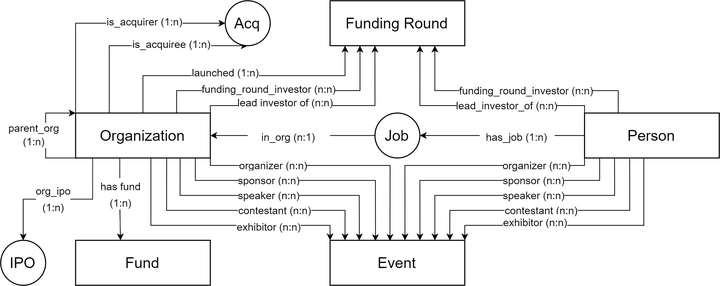
SilvesterYu/FinQA_Vis keeps this draw.io diagram as edited_graph_vis.drawio.png. Above is the earlier version. Source tidied: cells renumbered, new cells last; positions are measured from the earlier drawing's top-left corner, leaving out a move shared by most shapes.
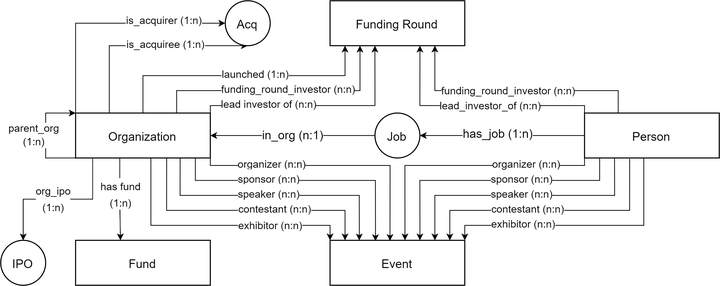
After the change.

Change to the diagram source:
```diff
@@ -2,25 +2,18 @@
   <root>
     <mxCell id="0" />
     <mxCell id="1" parent="0" />
-    <mxCell id="2" style="endArrow=classic;html=1;rounded=0;exitX=0;exitY=0.5;exitDx=0;exitDy=0;entryX=1;entryY=0.5;entryDx=0;entryDy=0;startArrow=none;endSize=3;strokeWidth=0.5;" parent="1" edge="1" source="3" target="35">
-      <mxGeometry relative="1" as="geometry" />
-    </mxCell>
+    <mxCell id="5" value="&lt;font style=&quot;font-size: 8px;&quot;&gt;Funding Round&lt;/font&gt;" style="rounded=0;whiteSpace=wrap;html=1;strokeWidth=0.7;" parent="1" vertex="1">
+      <mxGeometry x="220" width="90" height="30" as="geometry" />
+    </mxCell>
+    <mxCell id="56" style="edgeStyle=orthogonalEdgeStyle;rounded=0;jettySize=auto;html=1;exitX=0;exitY=0.5;exitDx=0;exitDy=0;entryX=1;entryY=0.5;entryDx=0;entryDy=0;fontSize=8;endSize=3;strokeWidth=0.5;" parent="1" edge="1" source="8" target="35">
+      <mxGeometry relative="1" as="geometry" />
+    </mxCell>
-    <mxCell id="3" value="&lt;font style=&quot;&quot;&gt;&lt;font style=&quot;font-size: 7px;&quot;&gt;in_org (n:1)&lt;/font&gt;&lt;br&gt;&lt;/font&gt;" style="text;html=1;strokeColor=none;fillColor=none;align=center;verticalAlign=middle;whiteSpace=wrap;rounded=0;shadow=1;strokeWidth=0.5;" parent="1" vertex="1">
-      <mxGeometry x="165" y="80" width="55" height="20" as="geometry" />
+    <mxCell id="3" value="in_org (n:1)" style="edgeLabel;html=1;align=center;verticalAlign=middle;points=[];fontSize=8;" parent="56" vertex="1">
+      <mxGeometry x="0.25" relative="1" as="geometry">
+        <mxPoint x="14" as="offset" />
+      </mxGeometry>
     </mxCell>
-    <mxCell id="4" style="endArrow=none;html=1;rounded=0;exitX=0;exitY=0.5;exitDx=0;exitDy=0;entryX=1;entryY=0.5;entryDx=0;entryDy=0;endSize=3;strokeWidth=0.5;" parent="1" edge="1" source="8" target="3">
-      <mxGeometry relative="1" as="geometry" />
-    </mxCell>
-    <mxCell id="5" value="&lt;font style=&quot;font-size: 10px;&quot;&gt;Funding Round&lt;/font&gt;" style="rounded=0;whiteSpace=wrap;html=1;strokeWidth=0.7;" parent="1" vertex="1">
-      <mxGeometry x="220" width="90" height="30" as="geometry" />
-    </mxCell>
-    <mxCell id="6" style="edgeStyle=orthogonalEdgeStyle;rounded=0;jettySize=auto;html=1;exitX=0;exitY=0.5;exitDx=0;exitDy=0;entryX=1;entryY=0.5;entryDx=0;entryDy=0;startArrow=none;strokeWidth=0.5;endSize=3;" parent="1" edge="1" source="36" target="8">
-      <mxGeometry relative="1" as="geometry" />
-    </mxCell>
-    <mxCell id="7" style="edgeStyle=orthogonalEdgeStyle;rounded=0;jettySize=auto;html=1;exitX=0;exitY=0.5;exitDx=0;exitDy=0;entryX=1;entryY=0.5;entryDx=0;entryDy=0;endArrow=none;strokeWidth=0.51;" parent="1" edge="1" source="52" target="36">
-      <mxGeometry relative="1" as="geometry" />
-    </mxCell>
-    <mxCell id="8" value="&lt;font style=&quot;font-size: 10px;&quot;&gt;Job&lt;/font&gt;" style="ellipse;whiteSpace=wrap;html=1;strokeWidth=0.7;" parent="1" vertex="1">
+    <mxCell id="8" value="&lt;font style=&quot;font-size: 8px;&quot;&gt;Job&lt;/font&gt;" style="ellipse;whiteSpace=wrap;html=1;strokeWidth=0.7;" parent="1" vertex="1">
       <mxGeometry x="250" y="75" width="30" height="30" as="geometry" />
     </mxCell>
     <mxCell id="9" style="edgeStyle=orthogonalEdgeStyle;rounded=0;jettySize=auto;html=1;exitX=1;exitY=0;exitDx=0;exitDy=0;entryX=0.333;entryY=1;entryDx=0;entryDy=0;entryPerimeter=0;endSize=3;strokeWidth=0.5;" parent="1" edge="1" source="35" target="5">
@@ -33,7 +26,7 @@
     </mxCell>
     <mxCell id="10" value="&lt;font style=&quot;font-size: 7px;&quot;&gt;lead investor of (n:n)&lt;/font&gt;" style="edgeLabel;html=1;align=center;verticalAlign=middle;fontSize=9;" parent="9" vertex="1">
       <mxGeometry x="-0.48" y="2" relative="1" as="geometry">
-        <mxPoint x="14" as="offset" />
+        <mxPoint x="3" y="1" as="offset" />
       </mxGeometry>
     </mxCell>
     <mxCell id="11" style="edgeStyle=orthogonalEdgeStyle;rounded=0;jettySize=auto;html=1;exitX=0.75;exitY=0;exitDx=0;exitDy=0;entryX=0.222;entryY=1;entryDx=0;entryDy=0;entryPerimeter=0;strokeWidth=0.5;endSize=3;" parent="1" edge="1" source="35" target="5">
@@ -46,7 +39,7 @@
     </mxCell>
     <mxCell id="12" value="&lt;font style=&quot;font-size: 7px;&quot;&gt;funding_round_investor (n:n)&lt;/font&gt;" style="edgeLabel;html=1;align=center;verticalAlign=middle;fontSize=8;" parent="11" vertex="1">
       <mxGeometry x="-0.52" y="2" relative="1" as="geometry">
-        <mxPoint x="36" y="1" as="offset" />
+        <mxPoint x="49" y="1" as="offset" />
       </mxGeometry>
     </mxCell>
     <mxCell id="13" style="edgeStyle=orthogonalEdgeStyle;rounded=0;jettySize=auto;html=1;exitX=0.5;exitY=0;exitDx=0;exitDy=0;entryX=0.111;entryY=1;entryDx=0;entryDy=0;entryPerimeter=0;endSize=3;strokeWidth=0.5;" parent="1" edge="1" source="35" target="5">
@@ -59,7 +52,7 @@
     </mxCell>
     <mxCell id="14" value="&lt;font style=&quot;font-size: 7px;&quot;&gt;launched (1:n)&lt;/font&gt;" style="edgeLabel;html=1;align=center;verticalAlign=middle;fontSize=8;" parent="13" vertex="1">
       <mxGeometry x="-0.26" y="2" relative="1" as="geometry">
-        <mxPoint x="13" as="offset" />
+        <mxPoint x="34" y="1" as="offset" />
       </mxGeometry>
     </mxCell>
     <mxCell id="15" style="edgeStyle=orthogonalEdgeStyle;rounded=0;jettySize=auto;html=1;exitX=1;exitY=1;exitDx=0;exitDy=0;entryX=0.445;entryY=0.012;entryDx=0;entryDy=0;entryPerimeter=0;strokeWidth=0.5;endSize=3;" parent="1" edge="1" source="35" target="53">
@@ -72,7 +65,7 @@
     </mxCell>
     <mxCell id="16" value="&lt;font style=&quot;font-size: 7px;&quot;&gt;organizer (n:n)&lt;/font&gt;" style="edgeLabel;html=1;align=center;verticalAlign=middle;fontSize=10;" parent="15" vertex="1">
       <mxGeometry x="-0.42" y="1" relative="1" as="geometry">
-        <mxPoint x="-5" as="offset" />
+        <mxPoint x="-5" y="-1" as="offset" />
       </mxGeometry>
     </mxCell>
     <mxCell id="17" style="edgeStyle=orthogonalEdgeStyle;rounded=0;jettySize=auto;html=1;exitX=0.889;exitY=1.001;exitDx=0;exitDy=0;entryX=0.337;entryY=0.017;entryDx=0;entryDy=0;entryPerimeter=0;exitPerimeter=0;strokeWidth=0.5;endSize=3;" parent="1" edge="1" source="35" target="53">
@@ -85,7 +78,7 @@
     </mxCell>
     <mxCell id="18" value="&lt;font style=&quot;font-size: 7px;&quot;&gt;sponsor (n:n)&lt;/font&gt;" style="edgeLabel;html=1;align=center;verticalAlign=middle;fontSize=10;" parent="17" vertex="1">
       <mxGeometry x="-0.6" y="1" relative="1" as="geometry">
-        <mxPoint x="28" as="offset" />
+        <mxPoint x="28" y="-1" as="offset" />
       </mxGeometry>
     </mxCell>
     <mxCell id="19" style="edgeStyle=orthogonalEdgeStyle;rounded=0;jettySize=auto;html=1;exitX=0.776;exitY=1.002;exitDx=0;exitDy=0;fontSize=10;exitPerimeter=0;entryX=0.217;entryY=0.002;entryDx=0;entryDy=0;entryPerimeter=0;strokeWidth=0.5;endSize=3;" parent="1" edge="1" source="35" target="53">
@@ -98,7 +91,7 @@
     </mxCell>
     <mxCell id="20" value="&lt;font style=&quot;font-size: 7px;&quot;&gt;speaker (n:n)&lt;/font&gt;" style="edgeLabel;html=1;align=center;verticalAlign=middle;fontSize=10;" parent="19" vertex="1">
       <mxGeometry x="-0.18" y="1" relative="1" as="geometry">
-        <mxPoint x="13" as="offset" />
+        <mxPoint x="13" y="-1" as="offset" />
       </mxGeometry>
     </mxCell>
     <mxCell id="21" style="edgeStyle=orthogonalEdgeStyle;rounded=0;jettySize=auto;html=1;exitX=0.559;exitY=1.007;exitDx=0;exitDy=0;entryX=0;entryY=0;entryDx=0;entryDy=0;fontSize=10;exitPerimeter=0;strokeWidth=0.5;endSize=3;" parent="1" edge="1" source="35" target="53">
@@ -111,7 +104,7 @@
     </mxCell>
     <mxCell id="22" value="&lt;font style=&quot;font-size: 7px;&quot;&gt;exhibitor (n:n)&lt;/font&gt;" style="edgeLabel;html=1;align=center;verticalAlign=middle;fontSize=10;" parent="21" vertex="1">
       <mxGeometry x="0.33" y="1" relative="1" as="geometry">
-        <mxPoint x="7" y="1" as="offset" />
+        <mxPoint x="8" as="offset" />
       </mxGeometry>
     </mxCell>
     <mxCell id="23" style="edgeStyle=orthogonalEdgeStyle;rounded=0;jettySize=auto;html=1;exitX=0.676;exitY=0.993;exitDx=0;exitDy=0;entryX=0.111;entryY=0;entryDx=0;entryDy=0;entryPerimeter=0;fontSize=9;exitPerimeter=0;strokeWidth=0.5;endSize=3;" parent="1" edge="1" source="35" target="53">
@@ -124,7 +117,7 @@
     </mxCell>
     <mxCell id="24" value="&lt;font style=&quot;font-size: 7px;&quot;&gt;contestant (n:n)&lt;/font&gt;" style="edgeLabel;html=1;align=center;verticalAlign=middle;fontSize=9;" parent="23" vertex="1">
       <mxGeometry x="-0.09" relative="1" as="geometry">
-        <mxPoint x="28" as="offset" />
+        <mxPoint x="28" y="-1" as="offset" />
       </mxGeometry>
     </mxCell>
     <mxCell id="25" style="edgeStyle=orthogonalEdgeStyle;rounded=0;jettySize=auto;html=1;exitX=0.328;exitY=1.007;exitDx=0;exitDy=0;entryX=0.333;entryY=0;entryDx=0;entryDy=0;entryPerimeter=0;fontSize=9;exitPerimeter=0;strokeWidth=0.51;endSize=3;" parent="1" edge="1" source="35" target="37">
@@ -150,7 +143,7 @@
     </mxCell>
     <mxCell id="30" value="is_acquiree (1:n)" style="edgeLabel;html=1;align=center;verticalAlign=middle;fontSize=7;" parent="29" vertex="1">
       <mxGeometry x="-0.08" y="2" relative="1" as="geometry">
-        <mxPoint x="23" y="2" as="offset" />
+        <mxPoint x="19" y="2" as="offset" />
       </mxGeometry>
     </mxCell>
     <mxCell id="31" style="edgeStyle=orthogonalEdgeStyle;rounded=0;jettySize=auto;html=1;exitX=0;exitY=0;exitDx=0;exitDy=0;entryX=0;entryY=0.5;entryDx=0;entryDy=0;fontSize=9;endSize=3;strokeWidth=0.5;" parent="1" edge="1" source="35" target="54">
@@ -158,7 +151,7 @@
     </mxCell>
     <mxCell id="32" value="is_acquirer (1:n)" style="edgeLabel;html=1;align=center;verticalAlign=middle;fontSize=7;" parent="31" vertex="1">
       <mxGeometry x="0.09" y="3" relative="1" as="geometry">
-        <mxPoint x="18" y="3" as="offset" />
+        <mxPoint x="31" y="2" as="offset" />
       </mxGeometry>
     </mxCell>
     <mxCell id="33" style="edgeStyle=orthogonalEdgeStyle;rounded=0;orthogonalLoop=1;jettySize=auto;html=1;exitX=0;exitY=1;exitDx=0;exitDy=0;fontSize=9;entryX=0;entryY=0;entryDx=0;entryDy=0;endSize=3;strokeWidth=0.5;" parent="1" edge="1" source="35" target="35">
@@ -174,13 +167,10 @@
         <mxPoint x="-9" y="-5" as="offset" />
       </mxGeometry>
     </mxCell>
-    <mxCell id="35" value="Organization" style="rounded=0;whiteSpace=wrap;html=1;fontSize=10;strokeWidth=0.7;" parent="1" vertex="1">
+    <mxCell id="35" value="&lt;font style=&quot;font-size: 8px;&quot;&gt;Organization&lt;/font&gt;" style="rounded=0;whiteSpace=wrap;html=1;fontSize=10;strokeWidth=0.7;" parent="1" vertex="1">
       <mxGeometry x="50" y="75" width="90" height="30" as="geometry" />
     </mxCell>
-    <mxCell id="36" value="&lt;font style=&quot;&quot;&gt;&lt;font style=&quot;font-size: 7px;&quot;&gt;has_job (1:n)&lt;/font&gt;&lt;br&gt;&lt;/font&gt;" style="text;html=1;strokeColor=none;fillColor=none;align=center;verticalAlign=middle;whiteSpace=wrap;rounded=0;" parent="1" vertex="1">
-      <mxGeometry x="320" y="75" width="50" height="30" as="geometry" />
-    </mxCell>
-    <mxCell id="37" value="&lt;font style=&quot;font-size: 10px;&quot;&gt;Fund&lt;/font&gt;" style="rounded=0;whiteSpace=wrap;html=1;strokeWidth=0.7;" parent="1" vertex="1">
+    <mxCell id="37" value="&lt;font style=&quot;font-size: 8px;&quot;&gt;Fund&lt;/font&gt;" style="rounded=0;whiteSpace=wrap;html=1;strokeWidth=0.7;" parent="1" vertex="1">
       <mxGeometry x="50" y="160" width="90" height="30" as="geometry" />
     </mxCell>
     <mxCell id="38" style="edgeStyle=orthogonalEdgeStyle;rounded=0;jettySize=auto;html=1;exitX=0;exitY=0;exitDx=0;exitDy=0;entryX=0.667;entryY=1;entryDx=0;entryDy=0;entryPerimeter=0;strokeWidth=0.5;endSize=3;" parent="1" edge="1" source="52" target="5">
@@ -193,7 +183,7 @@
     </mxCell>
     <mxCell id="39" value="&lt;font style=&quot;font-size: 7px;&quot;&gt;lead_investor_of (n:n)&lt;/font&gt;" style="edgeLabel;html=1;align=center;verticalAlign=middle;fontSize=10;" parent="38" vertex="1">
       <mxGeometry x="-0.09" relative="1" as="geometry">
-        <mxPoint x="13" y="-1" as="offset" />
+        <mxPoint x="2" y="-1" as="offset" />
       </mxGeometry>
     </mxCell>
     <mxCell id="40" style="edgeStyle=orthogonalEdgeStyle;rounded=0;jettySize=auto;html=1;exitX=0.25;exitY=0;exitDx=0;exitDy=0;entryX=0.778;entryY=1;entryDx=0;entryDy=0;entryPerimeter=0;strokeWidth=0.5;endSize=3;" parent="1" edge="1" source="52" target="5">
@@ -206,7 +196,7 @@
     </mxCell>
     <mxCell id="41" value="&lt;font style=&quot;font-size: 7px;&quot;&gt;funding_round_investor (n:n)&lt;/font&gt;" style="edgeLabel;html=1;align=center;verticalAlign=middle;fontSize=10;" parent="40" vertex="1">
       <mxGeometry x="-0.39" y="-1" relative="1" as="geometry">
-        <mxPoint x="-26" as="offset" />
+        <mxPoint x="-38" as="offset" />
       </mxGeometry>
     </mxCell>
     <mxCell id="42" style="edgeStyle=orthogonalEdgeStyle;rounded=0;jettySize=auto;html=1;exitX=0;exitY=1;exitDx=0;exitDy=0;entryX=0.556;entryY=0;entryDx=0;entryDy=0;entryPerimeter=0;fontSize=9;endSize=3;strokeWidth=0.5;" parent="1" edge="1" source="52" target="53">
@@ -219,7 +209,7 @@
     </mxCell>
     <mxCell id="43" value="&lt;font style=&quot;font-size: 7px;&quot;&gt;organizer (n:n)&lt;/font&gt;" style="edgeLabel;html=1;align=center;verticalAlign=middle;fontSize=9;" parent="42" vertex="1">
       <mxGeometry x="-0.18" relative="1" as="geometry">
-        <mxPoint x="35" as="offset" />
+        <mxPoint x="27" y="-1" as="offset" />
       </mxGeometry>
     </mxCell>
     <mxCell id="44" style="edgeStyle=orthogonalEdgeStyle;rounded=0;jettySize=auto;html=1;exitX=0.112;exitY=1.007;exitDx=0;exitDy=0;entryX=0.667;entryY=0;entryDx=0;entryDy=0;entryPerimeter=0;fontSize=9;exitPerimeter=0;endSize=3;strokeWidth=0.5;" parent="1" edge="1" source="52" target="53">
@@ -232,7 +222,7 @@
     </mxCell>
     <mxCell id="45" value="&lt;font style=&quot;font-size: 7px;&quot;&gt;sponsor (n:n)&lt;/font&gt;" style="edgeLabel;html=1;align=center;verticalAlign=middle;fontSize=9;" parent="44" vertex="1">
       <mxGeometry x="0.29" relative="1" as="geometry">
-        <mxPoint x="54" as="offset" />
+        <mxPoint x="46" y="-1" as="offset" />
       </mxGeometry>
     </mxCell>
     <mxCell id="46" style="edgeStyle=orthogonalEdgeStyle;rounded=0;jettySize=auto;html=1;exitX=0.223;exitY=0.99;exitDx=0;exitDy=0;entryX=0.778;entryY=0;entryDx=0;entryDy=0;entryPerimeter=0;fontSize=9;exitPerimeter=0;endSize=3;strokeWidth=0.5;" parent="1" edge="1" source="52" target="53">
@@ -245,7 +235,7 @@
     </mxCell>
     <mxCell id="47" value="&lt;font style=&quot;font-size: 7px;&quot;&gt;speaker (n:n)&lt;/font&gt;" style="edgeLabel;html=1;align=center;verticalAlign=middle;fontSize=9;" parent="46" vertex="1">
       <mxGeometry x="0.31" relative="1" as="geometry">
-        <mxPoint x="35" as="offset" />
+        <mxPoint x="27" y="-1" as="offset" />
       </mxGeometry>
     </mxCell>
     <mxCell id="48" style="edgeStyle=orthogonalEdgeStyle;rounded=0;jettySize=auto;html=1;exitX=0.335;exitY=1.019;exitDx=0;exitDy=0;entryX=0.889;entryY=0;entryDx=0;entryDy=0;entryPerimeter=0;fontSize=9;exitPerimeter=0;endSize=3;strokeWidth=0.5;" parent="1" edge="1" source="52" target="53">
@@ -258,7 +248,7 @@
     </mxCell>
     <mxCell id="49" value="&lt;font style=&quot;font-size: 7px;&quot;&gt;contestant (n:n)&lt;/font&gt;" style="edgeLabel;html=1;align=center;verticalAlign=middle;fontSize=9;" parent="48" vertex="1">
       <mxGeometry x="0.61" relative="1" as="geometry">
-        <mxPoint x="46" as="offset" />
+        <mxPoint x="37" y="-1" as="offset" />
       </mxGeometry>
     </mxCell>
     <mxCell id="50" style="edgeStyle=orthogonalEdgeStyle;rounded=0;jettySize=auto;html=1;exitX=0.44;exitY=1.011;exitDx=0;exitDy=0;entryX=1;entryY=0;entryDx=0;entryDy=0;fontSize=9;exitPerimeter=0;endSize=3;strokeWidth=0.5;" parent="1" edge="1" source="52" target="53">
@@ -271,19 +261,27 @@
     </mxCell>
     <mxCell id="51" value="&lt;font style=&quot;font-size: 7px;&quot;&gt;exhibitor (n:n)&lt;/font&gt;" style="edgeLabel;html=1;align=center;verticalAlign=middle;fontSize=9;" parent="50" vertex="1">
       <mxGeometry x="0.56" y="-2" relative="1" as="geometry">
-        <mxPoint x="18" as="offset" />
+        <mxPoint x="10" y="1" as="offset" />
       </mxGeometry>
     </mxCell>
+    <mxCell id="57" style="edgeStyle=orthogonalEdgeStyle;rounded=0;jettySize=auto;html=1;exitX=0;exitY=0.5;exitDx=0;exitDy=0;entryX=1;entryY=0.5;entryDx=0;entryDy=0;fontSize=8;endSize=3;strokeWidth=0.5;" parent="1" edge="1" source="52" target="8">
+      <mxGeometry relative="1" as="geometry" />
+    </mxCell>
+    <mxCell id="36" value="has_job (1:n)" style="edgeLabel;html=1;align=center;verticalAlign=middle;points=[];fontSize=8;" parent="57" vertex="1">
+      <mxGeometry x="0.23" y="-1" relative="1" as="geometry">
+        <mxPoint x="9" as="offset" />
+      </mxGeometry>
+    </mxCell>
-    <mxCell id="52" value="&lt;font style=&quot;font-size: 10px;&quot;&gt;Person&lt;/font&gt;" style="rounded=0;whiteSpace=wrap;html=1;strokeWidth=0.7;" parent="1" vertex="1">
+    <mxCell id="52" value="&lt;font style=&quot;font-size: 8px;&quot;&gt;Person&lt;/font&gt;" style="rounded=0;whiteSpace=wrap;html=1;strokeWidth=0.7;" parent="1" vertex="1">
       <mxGeometry x="390" y="75" width="90" height="30" as="geometry" />
     </mxCell>
-    <mxCell id="53" value="&lt;font style=&quot;font-size: 10px;&quot;&gt;Event&lt;/font&gt;" style="rounded=0;whiteSpace=wrap;html=1;strokeWidth=0.7;" parent="1" vertex="1">
+    <mxCell id="53" value="&lt;font style=&quot;font-size: 8px;&quot;&gt;Event&lt;/font&gt;" style="rounded=0;whiteSpace=wrap;html=1;strokeWidth=0.7;" parent="1" vertex="1">
       <mxGeometry x="220" y="160" width="90" height="30" as="geometry" />
     </mxCell>
-    <mxCell id="54" value="Acq" style="ellipse;whiteSpace=wrap;html=1;fontSize=10;strokeWidth=0.7;" parent="1" vertex="1">
+    <mxCell id="54" value="&lt;font style=&quot;font-size: 8px;&quot;&gt;Acq&lt;/font&gt;" style="ellipse;whiteSpace=wrap;html=1;fontSize=10;strokeWidth=0.7;" parent="1" vertex="1">
       <mxGeometry x="150" width="30" height="30" as="geometry" />
     </mxCell>
-    <mxCell id="55" value="&lt;font style=&quot;font-size: 10px;&quot;&gt;IPO&lt;/font&gt;" style="ellipse;whiteSpace=wrap;html=1;strokeWidth=0.7;" parent="1" vertex="1">
+    <mxCell id="55" value="&lt;font style=&quot;font-size: 8px;&quot;&gt;IPO&lt;/font&gt;" style="ellipse;whiteSpace=wrap;html=1;strokeWidth=0.7;" parent="1" vertex="1">
       <mxGeometry y="160" width="30" height="30" as="geometry" />
     </mxCell>
   </root>
```
